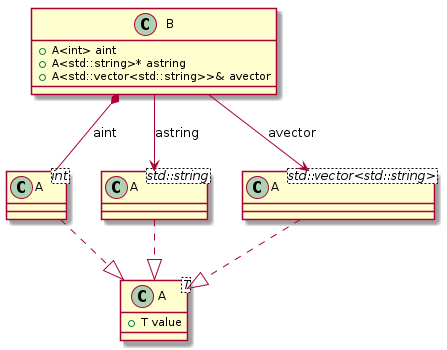
The PlantUML diagram docs/test_cases/t00009_class.png in bkryza/clang-uml, before a commit. Source of this version:
```plantuml
@startuml
class "A<T>" as C_0000000099

class "A<int>" as C_0000000102

class "A<std::string>" as C_0000000103

class "A<std::vector<std::string>>" as C_0000000104

class "B" as C_0000000101

class C_0000000099 {
+T value
}

class C_0000000102 {
}
C_0000000102 ..|> C_0000000099

class C_0000000103 {
}
C_0000000103 ..|> C_0000000099

class C_0000000104 {
}
C_0000000104 ..|> C_0000000099

class C_0000000101 {
+A<int> aint
+A<std::string>* astring
+A<std::vector<std::string>>& avector
}
C_0000000101 *-- C_0000000102 : aint
C_0000000101 --> C_0000000103 : astring
C_0000000101 --> C_0000000104 : avector

@enduml
```
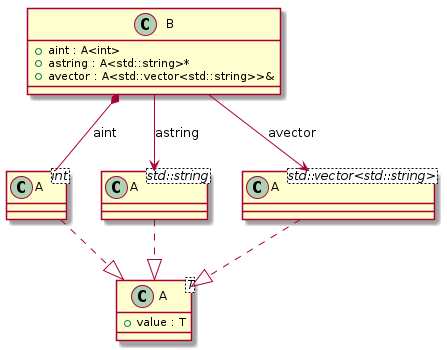
After the commit.

What changed in the source:
```diff
@@ -10,7 +10,7 @@
 class "B" as C_0000000101
 
 class C_0000000099 {
-+T value
++value : T
 }
 
 class C_0000000102 {
@@ -26,9 +26,9 @@
 C_0000000104 ..|> C_0000000099
 
 class C_0000000101 {
-+A<int> aint
-+A<std::string>* astring
-+A<std::vector<std::string>>& avector
++aint : A<int>
++astring : A<std::string>*
++avector : A<std::vector<std::string>>&
 }
 C_0000000101 *-- C_0000000102 : aint
 C_0000000101 --> C_0000000103 : astring
```
